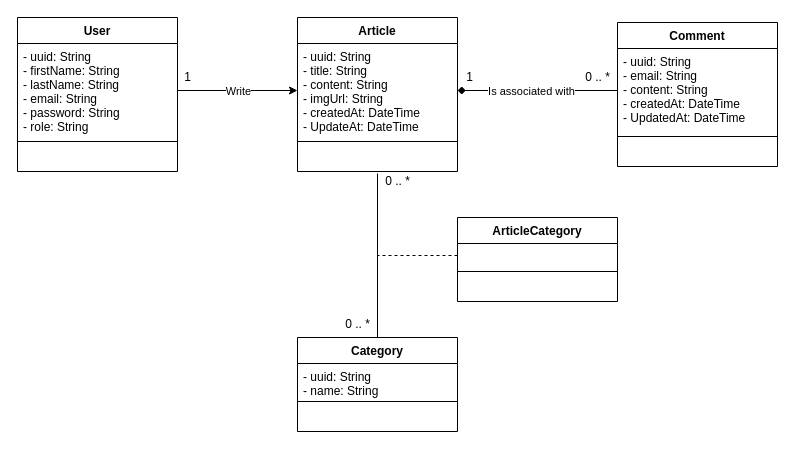
This is docs/class-diag.drawio from radouanefadel/xp-blog, a draw.io file, before an edit. Source tidied: cells renumbered, new cells numbered last; positions are measured from the earlier drawing's top-left corner, leaving out a move shared by most shapes. Both pictures are drawn from the tidied source at 100%, with x=0, y=0 at pixel (17, 17).
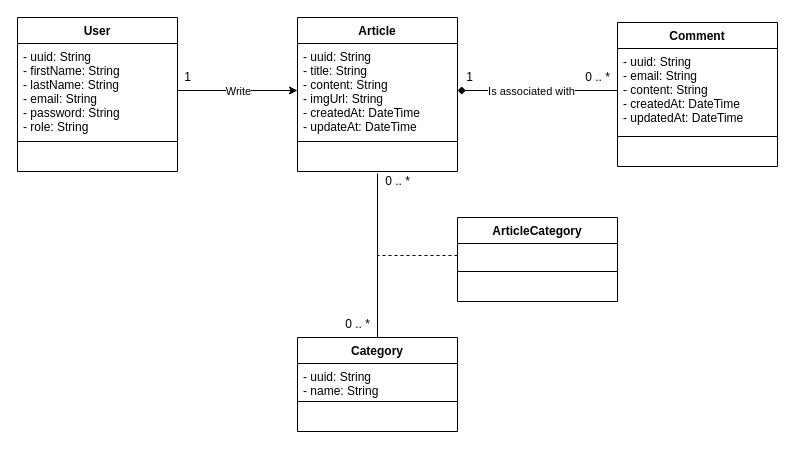
Above is the later version.

Commit message:
:memo:(docs) Update class diagram

The change refers to these unchanged cells:
```xml
<mxCell id="6" value="Article" style="swimlane;fontStyle=1;align=center;verticalAlign=top;horizontal=1;startSize=26;" parent="1" vertex="1">
  <mxGeometry x="280" width="160" height="154" as="geometry" />
</mxCell>
<mxCell id="17" value="Comment" style="swimlane;fontStyle=1;align=center;verticalAlign=top;horizontal=1;startSize=26;" parent="1" vertex="1">
  <mxGeometry x="600" y="5" width="160" height="144" as="geometry" />
</mxCell>
```

Change to the diagram source:
```diff
@@
-    <mxCell id="7" value="- uuid: String&#10;- title: String&#10;- content: String&#10;- imgUrl: String&#10;- createdAt: DateTime&#10;- UpdateAt: DateTime" style="text;strokeColor=none;fillColor=none;align=left;verticalAlign=top;spacingLeft=4;spacingRight=4;overflow=hidden;points=[[0,0.5],[1,0.5]];portConstraint=eastwest;" parent="6" vertex="1">
+    <mxCell id="7" value="- uuid: String&#10;- title: String&#10;- content: String&#10;- imgUrl: String&#10;- createdAt: DateTime&#10;- updateAt: DateTime" style="text;strokeColor=none;fillColor=none;align=left;verticalAlign=top;spacingLeft=4;spacingRight=4;overflow=hidden;points=[[0,0.5],[1,0.5]];portConstraint=eastwest;" parent="6" vertex="1">
       <mxGeometry y="26" width="160" height="94" as="geometry" />
     </mxCell>
@@
-    <mxCell id="18" value="- uuid: String&#10;- email: String&#10;- content: String&#10;- createdAt: DateTime&#10;- UpdatedAt: DateTime" style="text;strokeColor=none;fillColor=none;align=left;verticalAlign=top;spacingLeft=4;spacingRight=4;overflow=hidden;points=[[0,0.5],[1,0.5]];portConstraint=eastwest;" parent="17" vertex="1">
+    <mxCell id="18" value="- uuid: String&#10;- email: String&#10;- content: String&#10;- createdAt: DateTime&#10;- updatedAt: DateTime" style="text;strokeColor=none;fillColor=none;align=left;verticalAlign=top;spacingLeft=4;spacingRight=4;overflow=hidden;points=[[0,0.5],[1,0.5]];portConstraint=eastwest;" parent="17" vertex="1">
       <mxGeometry y="26" width="160" height="84" as="geometry" />
     </mxCell>
```
